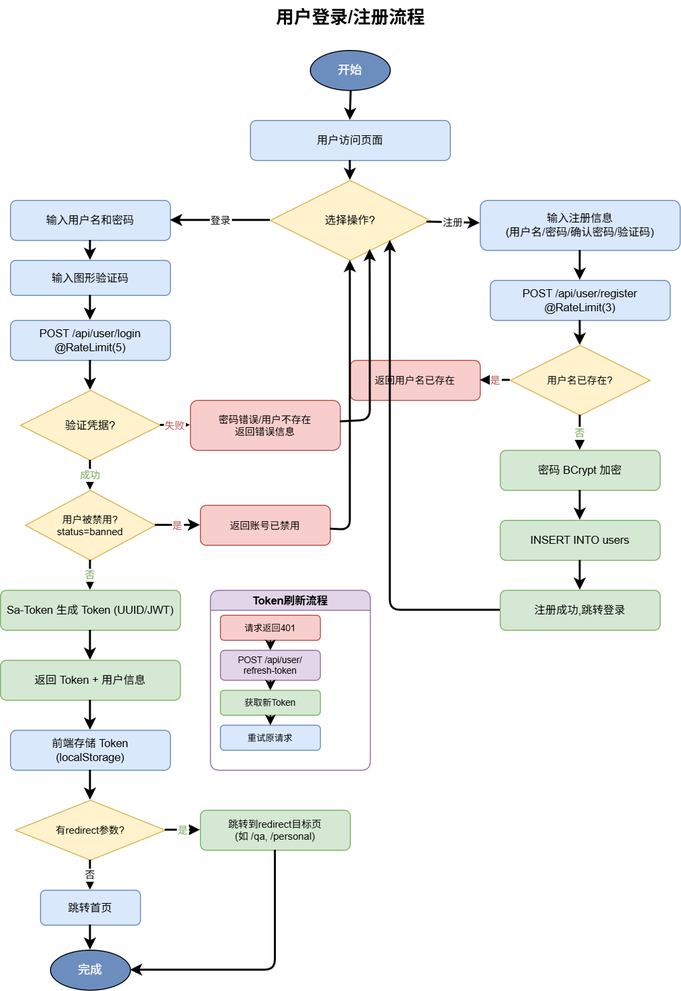
Above: docs/diagrams-png/flow-login.drawio.png in yhe3603-star/Graduation-Project (draw.io), before the change. Source tidied: cells renumbered, new cells last; positions are measured from the earlier drawing's top-left corner, leaving out a move shared by most shapes.
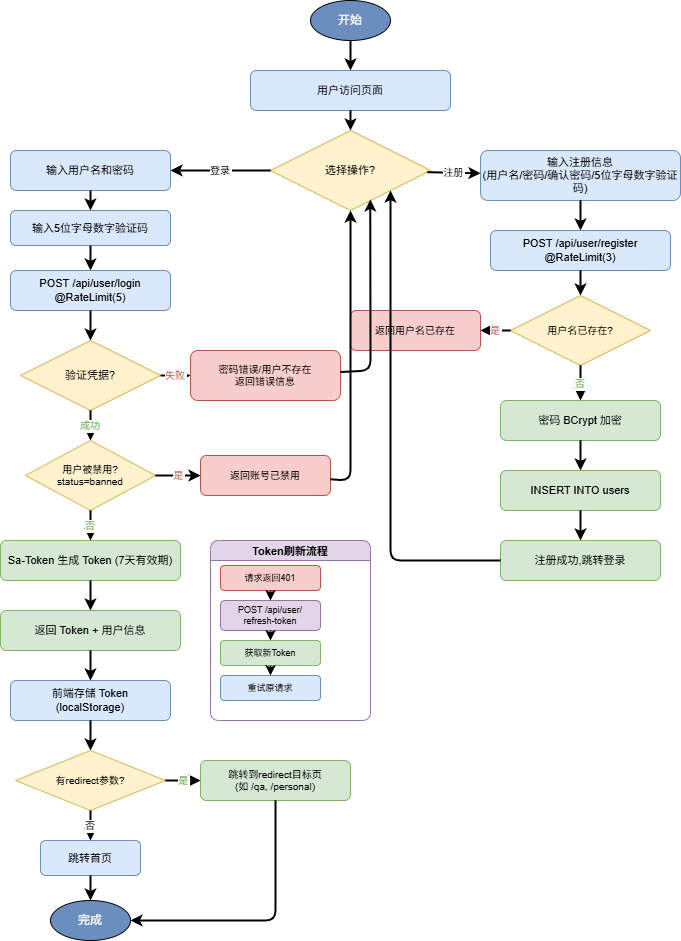
After the commit.

Diff of the diagram source:
```diff
@@ -2,9 +2,6 @@
   <root>
     <mxCell id="0" />
     <mxCell id="1" parent="0" />
-    <mxCell id="2" value="用户登录/注册流程" style="text;html=1;fontSize=18;fontStyle=1;align=center;" parent="1" vertex="1">
-      <mxGeometry x="200" width="300" height="35" as="geometry" />
-    </mxCell>
     <mxCell id="3" value="开始" style="ellipse;whiteSpace=wrap;html=1;fillColor=#6c8ebf;fontColor=#fff;fontSize=12;" parent="1" vertex="1">
       <mxGeometry x="310" y="50" width="80" height="40" as="geometry" />
     </mxCell>
@@ -17,7 +14,7 @@
     <mxCell id="6" value="输入用户名和密码" style="rounded=1;whiteSpace=wrap;html=1;fillColor=#dae8fc;strokeColor=#6c8ebf;fontSize=11;" parent="1" vertex="1">
       <mxGeometry x="10" y="200" width="160" height="40" as="geometry" />
     </mxCell>
-    <mxCell id="7" value="输入图形验证码" style="rounded=1;whiteSpace=wrap;html=1;fillColor=#dae8fc;strokeColor=#6c8ebf;fontSize=11;" parent="1" vertex="1">
+    <mxCell id="7" value="输入5位字母数字验证码" style="rounded=1;whiteSpace=wrap;html=1;fillColor=#dae8fc;strokeColor=#6c8ebf;fontSize=11;" parent="1" vertex="1">
       <mxGeometry x="10" y="260" width="160" height="35" as="geometry" />
     </mxCell>
     <mxCell id="8" value="POST /api/user/login&lt;br&gt;@RateLimit(5)" style="rounded=1;whiteSpace=wrap;html=1;fillColor=#dae8fc;strokeColor=#6c8ebf;fontSize=11;" parent="1" vertex="1">
@@ -35,7 +32,7 @@
     <mxCell id="12" value="返回账号已禁用" style="rounded=1;whiteSpace=wrap;html=1;fillColor=#f8cecc;strokeColor=#b85450;fontSize=10;" parent="1" vertex="1">
       <mxGeometry x="200" y="505" width="130" height="40" as="geometry" />
     </mxCell>
-    <mxCell id="13" value="Sa-Token 生成 Token (UUID/JWT)" style="rounded=1;whiteSpace=wrap;html=1;fillColor=#d5e8d4;strokeColor=#82b366;fontSize=11;" parent="1" vertex="1">
+    <mxCell id="13" value="Sa-Token 生成 Token (7天有效期)" style="rounded=1;whiteSpace=wrap;html=1;fillColor=#d5e8d4;strokeColor=#82b366;fontSize=11;" parent="1" vertex="1">
       <mxGeometry y="590" width="180" height="40" as="geometry" />
     </mxCell>
     <mxCell id="14" value="返回 Token + 用户信息" style="rounded=1;whiteSpace=wrap;html=1;fillColor=#d5e8d4;strokeColor=#82b366;fontSize=11;" parent="1" vertex="1">
@@ -53,7 +50,7 @@
     <mxCell id="18" value="跳转首页" style="rounded=1;whiteSpace=wrap;html=1;fillColor=#dae8fc;strokeColor=#6c8ebf;fontSize=11;" parent="1" vertex="1">
       <mxGeometry x="40" y="890" width="100" height="35" as="geometry" />
     </mxCell>
-    <mxCell id="19" value="输入注册信息&lt;br&gt;(用户名/密码/确认密码/验证码)" style="rounded=1;whiteSpace=wrap;html=1;fillColor=#dae8fc;strokeColor=#6c8ebf;fontSize=11;" parent="1" vertex="1">
+    <mxCell id="19" value="输入注册信息&lt;br&gt;(用户名/密码/确认密码/5位字母数字验证码)" style="rounded=1;whiteSpace=wrap;html=1;fillColor=#dae8fc;strokeColor=#6c8ebf;fontSize=11;" parent="1" vertex="1">
       <mxGeometry x="480" y="200" width="200" height="50" as="geometry" />
     </mxCell>
     <mxCell id="20" value="POST /api/user/register&lt;br&gt;@RateLimit(3)" style="rounded=1;whiteSpace=wrap;html=1;fillColor=#dae8fc;strokeColor=#6c8ebf;fontSize=11;" parent="1" vertex="1">
```
